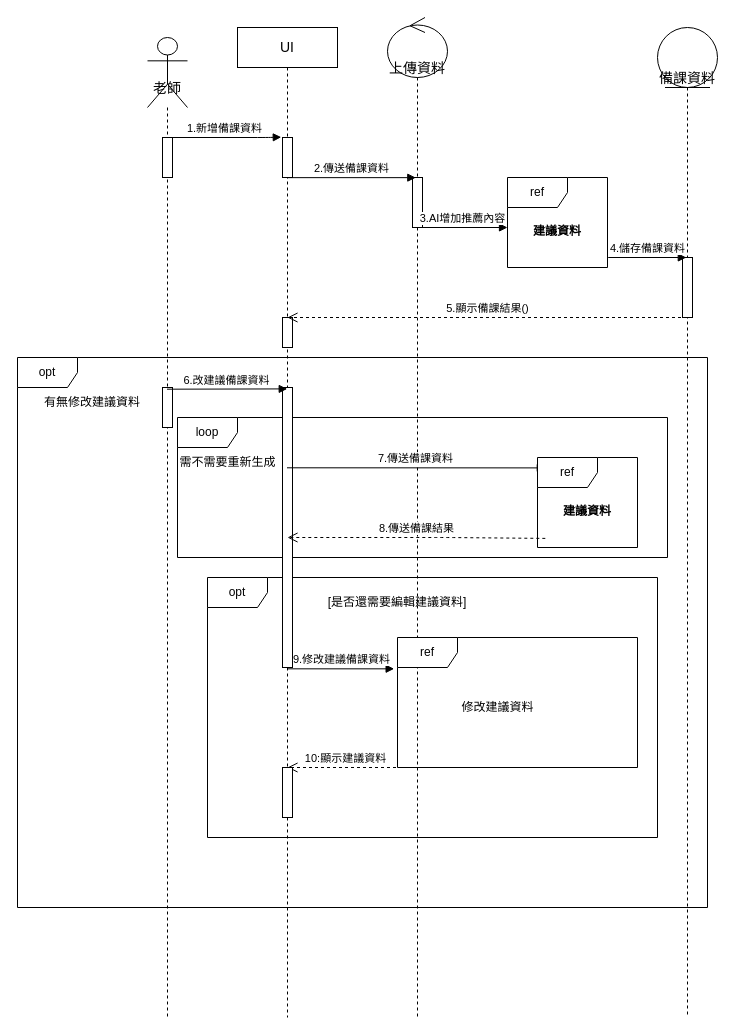
Kevincheng0804/System-analysis keeps this draw.io diagram as AC循序圖(建立備課資料並修改建議資料).drawio. Above is the earlier version. Source tidied: cells renumbered, new cells numbered last; positions are measured from the earlier drawing's top-left corner, leaving out a move shared by most shapes. Both pictures are drawn from the tidied source at 100%, with x=0, y=0 at pixel (17, 17).
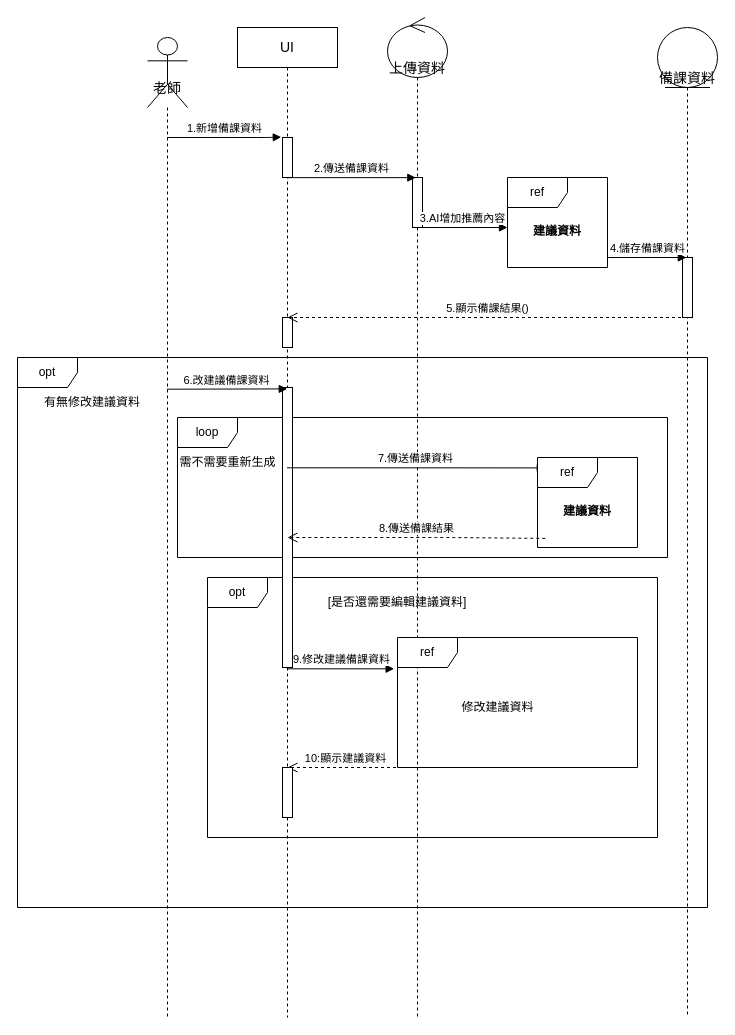
The same diagram, later.

Commit message (it also covers changes not shown here):
人不要有時間線

Unchanged cells that the change refers to:
```xml
<mxCell id="5" value="&lt;font style=&quot;font-size: 14px;&quot;&gt;老師&lt;/font&gt;" style="shape=umlLifeline;participant=umlActor;perimeter=lifelinePerimeter;whiteSpace=wrap;html=1;verticalAlign=top;spacingTop=36;outlineConnect=0;size=70;" parent="1" vertex="1">
  <mxGeometry x="130" y="20" width="40" height="980" as="geometry" />
</mxCell>
```

What changed in the source:
```diff
@@
-    <mxCell id="6" style="html=1;perimeter=orthogonalPerimeter;" parent="5" vertex="1">
-      <mxGeometry x="15" y="100" width="10" height="40" as="geometry" />
-    </mxCell>
-    <mxCell id="7" style="html=1;perimeter=orthogonalPerimeter;" parent="5" vertex="1">
-      <mxGeometry x="15" y="350" width="10" height="40" as="geometry" />
-    </mxCell>
```
